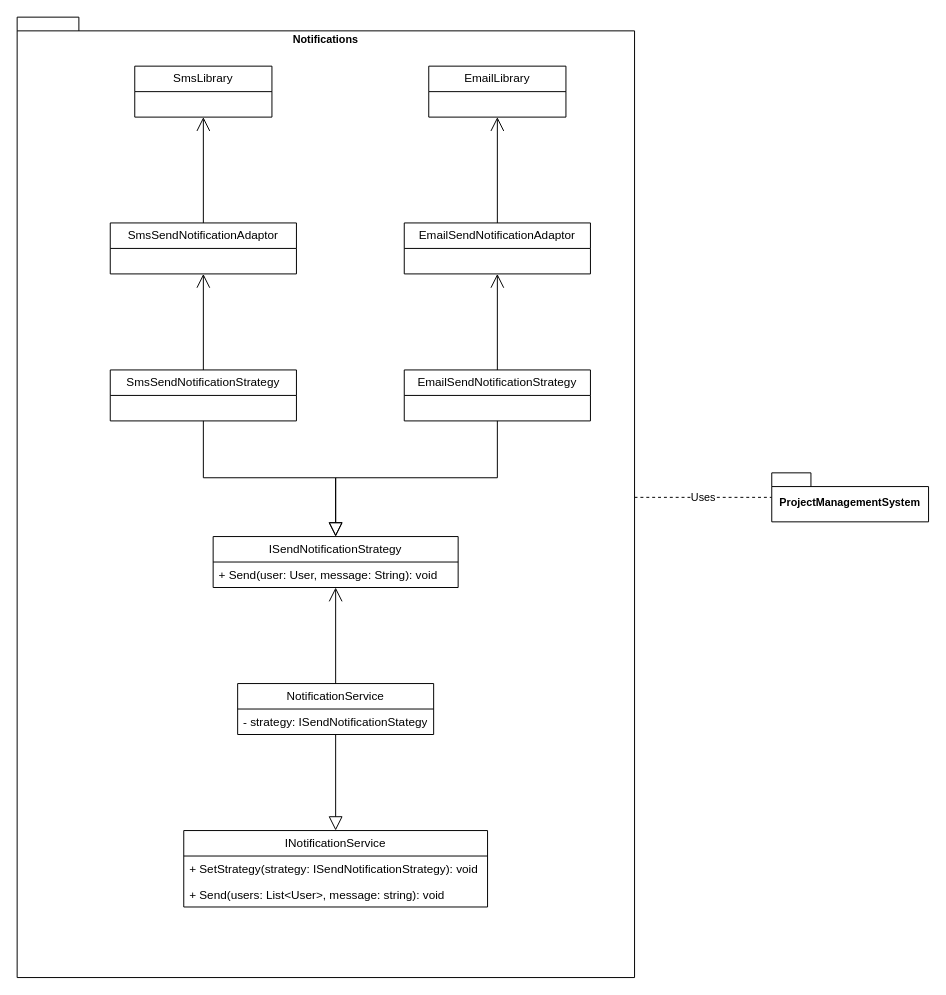
Earlier version of the draw.io diagram page "Notifications" (1 of 4) of diagrams/ClassDiagrams.drawio (janvb24/SOA3AvansDevOps). Source tidied: cells renumbered, new cells numbered last; positions are measured from the earlier drawing's top-left corner, leaving out a move shared by most shapes. Both pictures are drawn from the tidied source at 98%, with x=0, y=0 at pixel (17, 17).
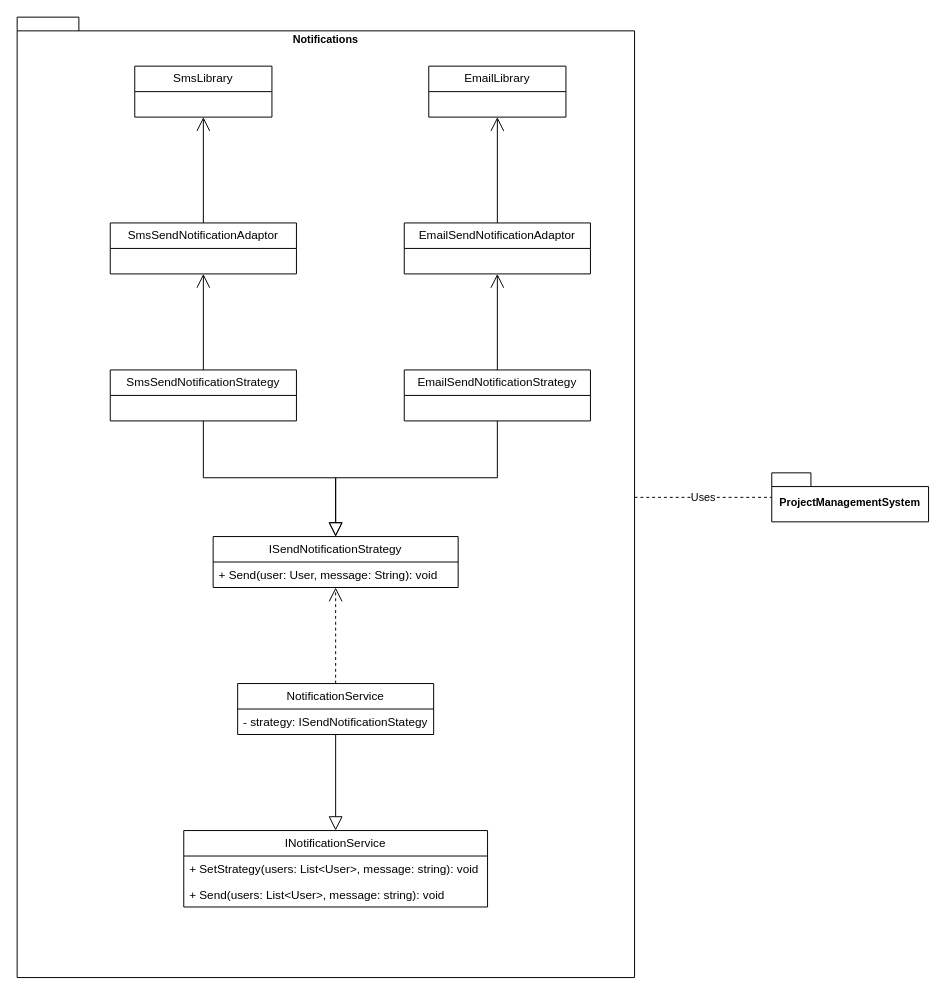
The same page after the edit.

Unchanged cells that the change refers to:
```xml
<mxCell id="16" value="ISendNotificationStrategy" style="swimlane;fontStyle=0;horizontal=1;startSize=26;fillColor=none;whiteSpace=wrap;html=1;" parent="1" vertex="1">
  <mxGeometry x="200" y="530" width="250" height="52" as="geometry" />
</mxCell>
<mxCell id="19" value="NotificationService" style="swimlane;fontStyle=0;horizontal=1;startSize=26;fillColor=none;whiteSpace=wrap;html=1;" parent="1" vertex="1">
  <mxGeometry x="225" y="680" width="200" height="52" as="geometry" />
</mxCell>
<mxCell id="22" value="INotificationService" style="swimlane;fontStyle=0;horizontal=1;startSize=26;fillColor=none;whiteSpace=wrap;html=1;" parent="1" vertex="1">
  <mxGeometry x="170" y="830" width="310" height="78" as="geometry" />
</mxCell>
```

What changed in the source:
```diff
@@
-    <mxCell id="18" style="edgeStyle=orthogonalEdgeStyle;shape=connector;rounded=0;jettySize=auto;html=1;strokeColor=default;strokeWidth=1;align=center;verticalAlign=middle;fontFamily=Helvetica;fontSize=11;fontColor=default;labelBackgroundColor=default;startSize=12;endArrow=open;endFill=0;endSize=12;" parent="1" edge="1" source="19" target="16">
+    <mxCell id="18" style="edgeStyle=orthogonalEdgeStyle;shape=connector;rounded=0;jettySize=auto;html=1;strokeColor=default;strokeWidth=1;align=center;verticalAlign=middle;fontFamily=Helvetica;fontSize=11;fontColor=default;labelBackgroundColor=default;startSize=12;endArrow=open;endFill=0;endSize=12;dashed=1;" parent="1" edge="1" source="19" target="16">
       <mxGeometry relative="1" as="geometry" />
     </mxCell>
@@
-    <mxCell id="23" value="+ SetStrategy(strategy: ISendNotificationStrategy): void" style="text;strokeColor=none;fillColor=none;align=left;verticalAlign=top;spacingLeft=4;spacingRight=4;overflow=hidden;whiteSpace=wrap;html=1;" parent="22" vertex="1">
-      <mxGeometry y="26" width="310" height="26" as="geometry" />
-    </mxCell>
+    <mxCell id="26" value="+ SetStrategy(users: List&amp;lt;User&amp;gt;, message: string): void" style="text;strokeColor=none;fillColor=none;align=left;verticalAlign=top;spacingLeft=4;spacingRight=4;overflow=hidden;whiteSpace=wrap;html=1;" parent="22" vertex="1">
+      <mxGeometry y="26" width="310" height="26" as="geometry" />
+    </mxCell>
```
